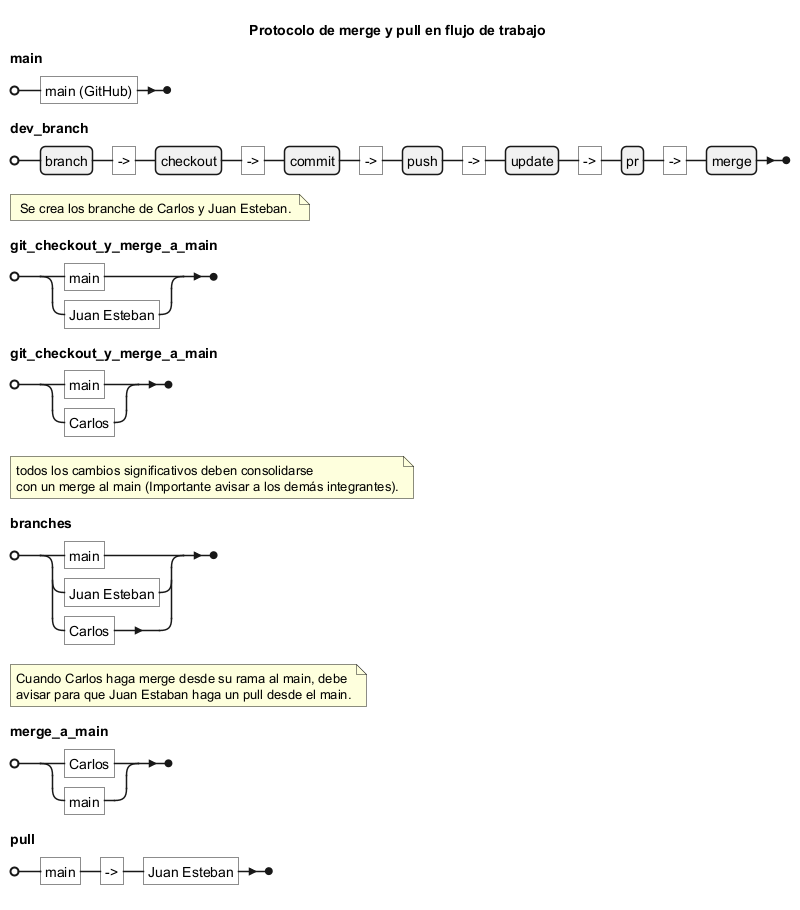
wilmereleon/PlenaStudio keeps this PlantUML diagram as Diagramas/flujoRepositorioMergeMain.png. Above is the earlier version. Source of this version:
```plantuml
@startebnf
title Protocolo de merge y pull en flujo de trabajo

main = "main (GitHub)" ;
dev_branch = branch, "->", checkout, "->", commit, "->", push, "->", update, "->", pr, "->", merge ;
(* Se crea los branche de Carlos y Juan Esteban. *)
git_checkout_y_merge_a_main = "main" | "Juan Esteban" ;
git_checkout_y_merge_a_main = "main" | "Carlos" ;
(* todos los cambios significativos deben consolidarse
con un merge al main (Importante avisar a los demás integrantes). *)
branches = "main" | "Juan Esteban" | "Carlos";
(* Cuando Carlos haga merge desde su rama al main, debe
 avisar para que Juan Estaban haga un pull desde el main. *)
merge_a_main = "Carlos" | "main";
pull = "main", "->","Juan Esteban";

@endebnf
```
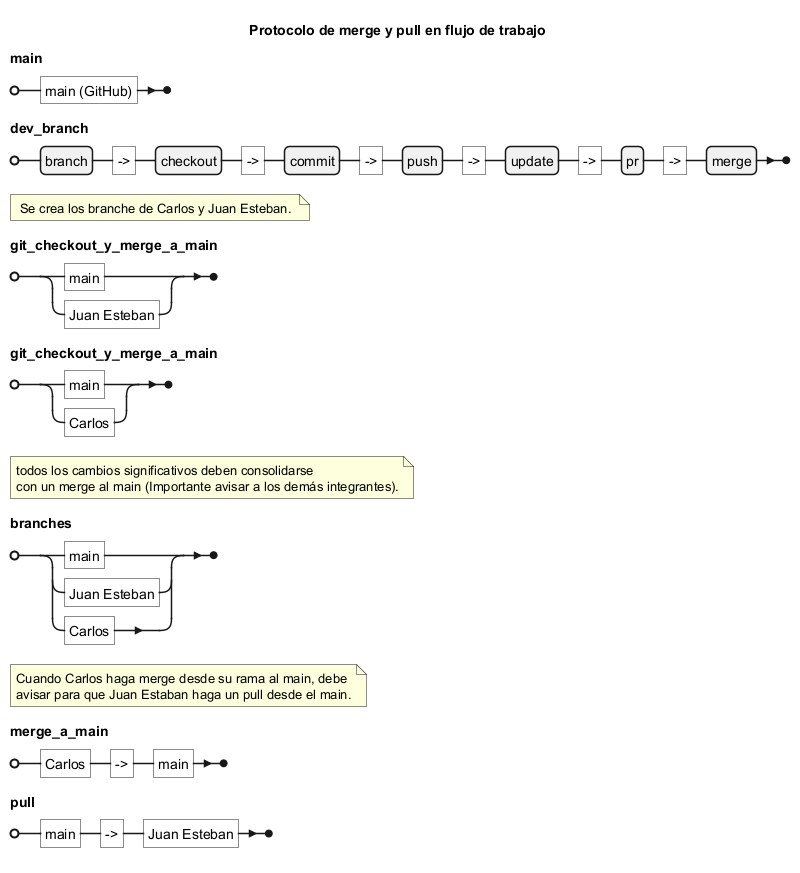
Later version of the same file.

Commit message:
Correcciòn de flujo de trabajo en GitHub

What changed in the source:
```diff
@@ -11,7 +11,7 @@
 branches = "main" | "Juan Esteban" | "Carlos";
 (* Cuando Carlos haga merge desde su rama al main, debe
  avisar para que Juan Estaban haga un pull desde el main. *)
-merge_a_main = "Carlos" | "main";
+merge_a_main = "Carlos", "->", "main";
 pull = "main", "->","Juan Esteban";
 
 @endebnf
```
